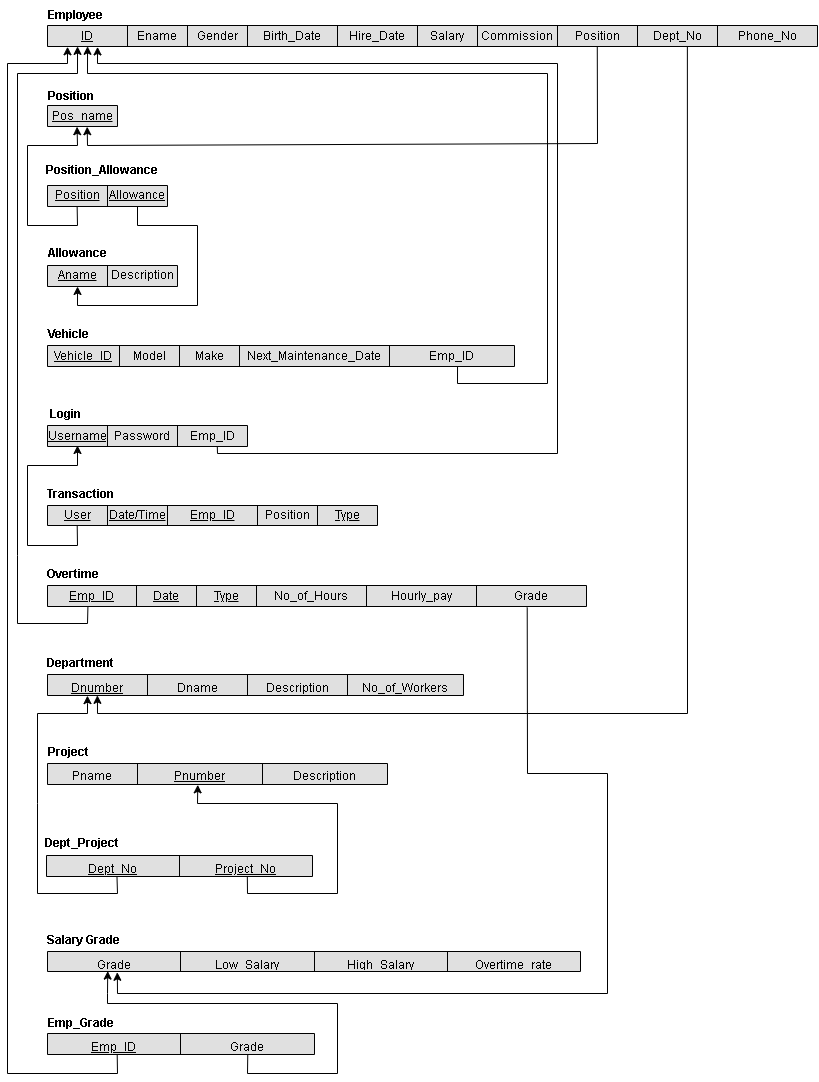
Earlier version of the draw.io export Phase 1/Relational Schema.drawio.png (AhmedElkhashn/DB-project). Source tidied: cells renumbered, new cells last; positions are measured from the earlier drawing's top-left corner, leaving out a move shared by most shapes.
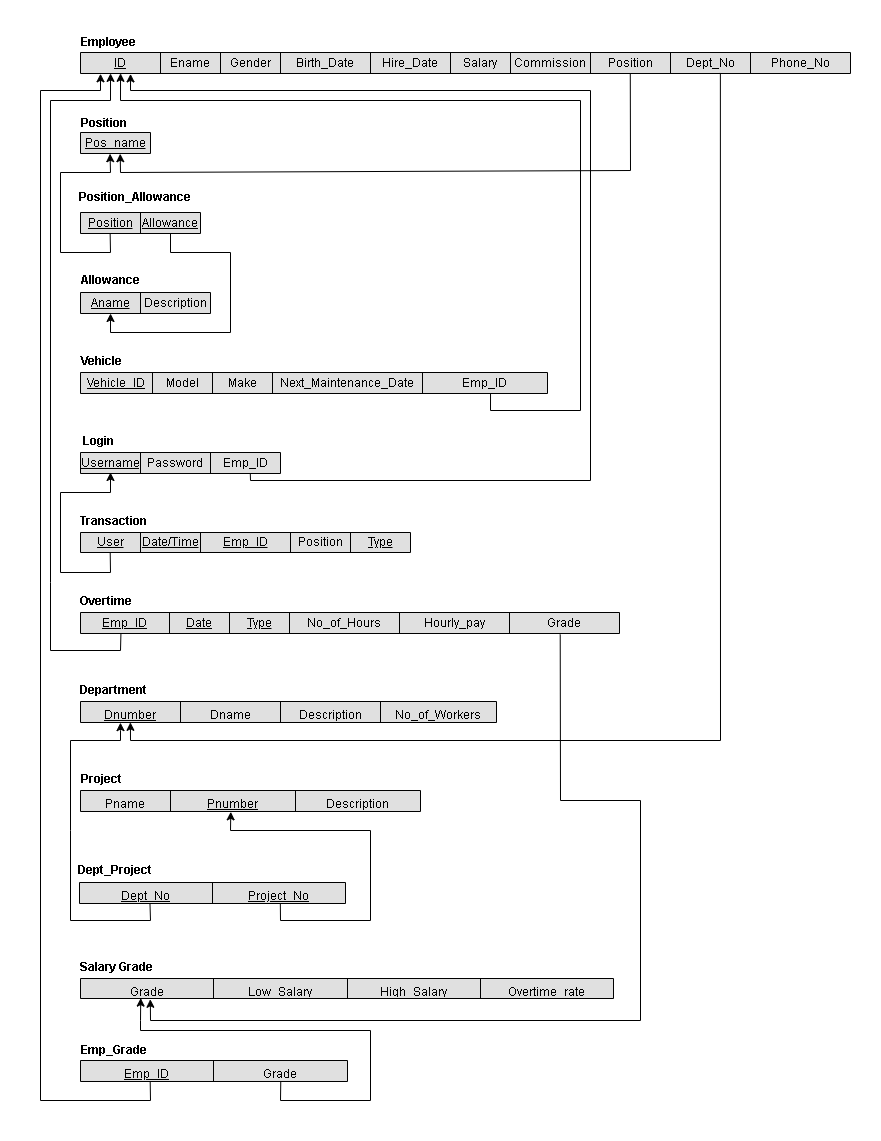
The same diagram one commit later.

Change to the diagram source:
```diff
@@ -2,6 +2,9 @@
   <root>
     <mxCell id="0" />
     <mxCell id="1" parent="0" />
+    <mxCell id="103" style="rounded=0;whiteSpace=wrap;html=1;strokeColor=none;" parent="1" vertex="1">
+      <mxGeometry x="-40" y="-27" width="880" height="1140" as="geometry" />
+    </mxCell>
     <mxCell id="2" style="shape=table;startSize=0;fontSize=16;fillColor=#E0E0E0;fontColor=#333333;strokeColor=#000000;" parent="1" vertex="1">
       <mxGeometry x="40" y="25" width="770" height="21" as="geometry" />
     </mxCell>
```
